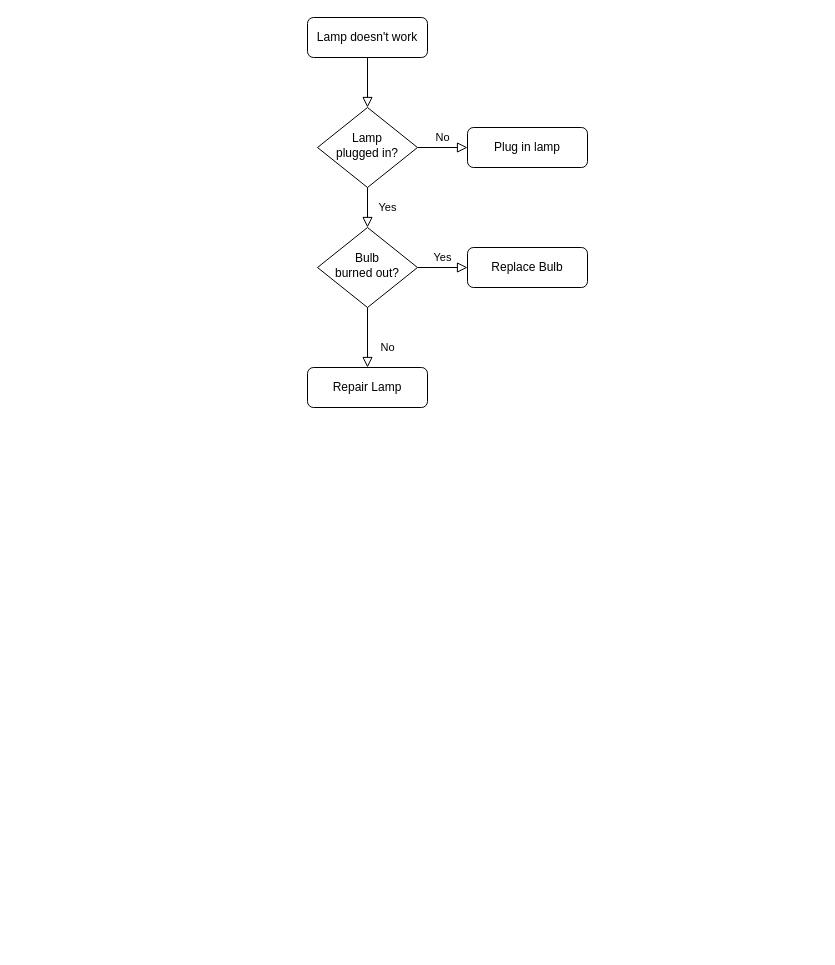
Before: Programming 1.drawio in fergalmoran/buttnerdz, a draw.io diagram. Source tidied: cells renumbered, new cells numbered last; positions are measured from the earlier drawing's top-left corner, leaving out a move shared by most shapes. Both pictures are drawn from the tidied source at 100%, with x=0, y=0 at pixel (307, 17).
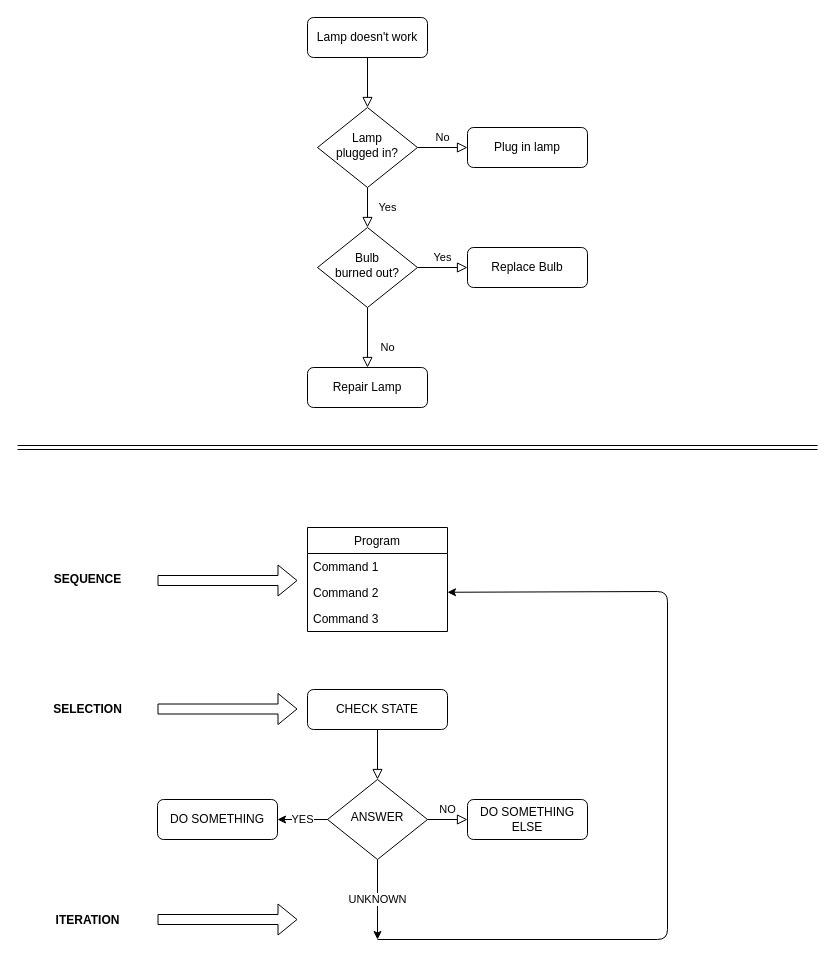
The same diagram, later.

What changed in the source:
```diff
@@
+    <mxCell id="13" value="SEQUENCE" style="text;html=1;align=center;verticalAlign=middle;fontStyle=1;" parent="1" vertex="1">
+      <mxGeometry x="-260" y="552" width="80" height="20" as="geometry" />
+    </mxCell>
+    <mxCell id="14" value="Program" style="swimlane;fontStyle=0;horizontal=1;startSize=26;fillColor=none;" parent="1" vertex="1">
+      <mxGeometry y="510" width="140" height="104" as="geometry" />
+    </mxCell>
+    <mxCell id="15" value="Command 1" style="text;strokeColor=none;fillColor=none;align=left;verticalAlign=top;spacingLeft=4;spacingRight=4;overflow=hidden;" parent="14" vertex="1">
+      <mxGeometry y="26" width="140" height="26" as="geometry" />
+    </mxCell>
+    <mxCell id="16" value="Command 2" style="text;strokeColor=none;fillColor=none;align=left;verticalAlign=top;spacingLeft=4;spacingRight=4;overflow=hidden;points=[[0,0.5],[1,0.5]];portConstraint=eastwest;" parent="14" vertex="1">
+      <mxGeometry y="52" width="140" height="26" as="geometry" />
+    </mxCell>
+    <mxCell id="17" value="Command 3" style="text;strokeColor=none;fillColor=none;align=left;verticalAlign=top;spacingLeft=4;spacingRight=4;overflow=hidden;" parent="14" vertex="1">
+      <mxGeometry y="78" width="140" height="26" as="geometry" />
+    </mxCell>
+    <mxCell id="18" value="SELECTION" style="text;html=1;align=center;verticalAlign=middle;fontStyle=1;" parent="1" vertex="1">
+      <mxGeometry x="-260" y="682" width="80" height="20" as="geometry" />
+    </mxCell>
+    <mxCell id="19" style="rounded=0;html=1;jettySize=auto;fontSize=11;endArrow=block;endFill=0;endSize=8;strokeWidth=1;shadow=0;labelBackgroundColor=none;edgeStyle=orthogonalEdgeStyle;" parent="1" edge="1" source="20" target="24">
+      <mxGeometry relative="1" as="geometry" />
+    </mxCell>
+    <mxCell id="20" value="CHECK STATE" style="rounded=1;whiteSpace=wrap;html=1;fontSize=12;glass=0;strokeWidth=1;shadow=0;" parent="1" vertex="1">
+      <mxGeometry y="672" width="140" height="40" as="geometry" />
+    </mxCell>
+    <mxCell id="21" value="NO" style="edgeStyle=orthogonalEdgeStyle;rounded=0;html=1;jettySize=auto;fontSize=11;endArrow=block;endFill=0;endSize=8;strokeWidth=1;shadow=0;labelBackgroundColor=none;" parent="1" edge="1" source="24" target="25">
+      <mxGeometry y="10" relative="1" as="geometry" />
+    </mxCell>
+    <mxCell id="22" value="YES" style="edgeStyle=orthogonalEdgeStyle;rounded=0;jettySize=auto;html=1;" parent="1" edge="1" source="24" target="26">
+      <mxGeometry relative="1" as="geometry" />
+    </mxCell>
+    <mxCell id="23" value="UNKNOWN" style="edgeStyle=orthogonalEdgeStyle;rounded=0;jettySize=auto;html=1;" parent="1" edge="1" source="24">
+      <mxGeometry relative="1" as="geometry">
+        <mxPoint x="70" y="922" as="targetPoint" />
+      </mxGeometry>
+    </mxCell>
+    <mxCell id="24" value="ANSWER" style="rhombus;whiteSpace=wrap;html=1;shadow=0;fontFamily=Helvetica;fontSize=12;align=center;strokeWidth=1;spacing=6;spacingTop=-4;" parent="1" vertex="1">
+      <mxGeometry x="20" y="762" width="100" height="80" as="geometry" />
+    </mxCell>
+    <mxCell id="25" value="DO SOMETHING ELSE" style="rounded=1;whiteSpace=wrap;html=1;fontSize=12;glass=0;strokeWidth=1;shadow=0;" parent="1" vertex="1">
+      <mxGeometry x="160" y="782" width="120" height="40" as="geometry" />
+    </mxCell>
+    <mxCell id="26" value="DO SOMETHING&lt;br&gt;" style="rounded=1;whiteSpace=wrap;html=1;fontSize=12;glass=0;strokeWidth=1;shadow=0;" parent="1" vertex="1">
+      <mxGeometry x="-150" y="782" width="120" height="40" as="geometry" />
+    </mxCell>
+    <mxCell id="27" style="endArrow=classic;html=1;" parent="1" edge="1" target="16">
+      <mxGeometry relative="1" as="geometry">
+        <mxPoint x="70" y="922" as="sourcePoint" />
+        <Array as="points">
+          <mxPoint x="360" y="922" />
+          <mxPoint x="360" y="574" />
+        </Array>
+      </mxGeometry>
+    </mxCell>
+    <mxCell id="28" value="ITERATION&lt;br&gt;" style="text;html=1;align=center;verticalAlign=middle;fontStyle=1;" parent="1" vertex="1">
+      <mxGeometry x="-260" y="893" width="80" height="20" as="geometry" />
+    </mxCell>
+    <mxCell id="29" style="shape=flexArrow;endArrow=classic;html=1;" parent="1" edge="1">
+      <mxGeometry relative="1" as="geometry">
+        <mxPoint x="-150" y="563" as="sourcePoint" />
+        <mxPoint x="-10" y="563" as="targetPoint" />
+      </mxGeometry>
+    </mxCell>
+    <mxCell id="30" style="shape=flexArrow;endArrow=classic;html=1;" parent="1" edge="1">
+      <mxGeometry relative="1" as="geometry">
+        <mxPoint x="-150" y="691.5" as="sourcePoint" />
+        <mxPoint x="-10" y="691.5" as="targetPoint" />
+      </mxGeometry>
+    </mxCell>
+    <mxCell id="31" style="shape=flexArrow;endArrow=classic;html=1;" parent="1" edge="1">
+      <mxGeometry relative="1" as="geometry">
+        <mxPoint x="-150" y="902" as="sourcePoint" />
+        <mxPoint x="-10" y="902" as="targetPoint" />
+      </mxGeometry>
+    </mxCell>
+    <mxCell id="32" style="shape=link;html=1;" parent="1" edge="1">
+      <mxGeometry relative="1" as="geometry">
+        <mxPoint x="-290" y="430" as="sourcePoint" />
+        <mxPoint x="510" y="430" as="targetPoint" />
+      </mxGeometry>
+    </mxCell>
```
